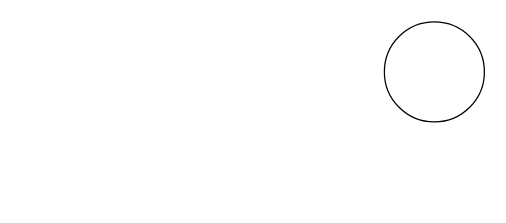
Above: Диаграмма без названия.drawio in Himjune/Attemp (draw.io), before the change. Source tidied: cells renumbered, new cells numbered last; positions are measured from the earlier drawing's top-left corner, leaving out a move shared by most shapes. Both pictures are drawn from the tidied source at 125%, with x=0, y=0 at pixel (384, 21).
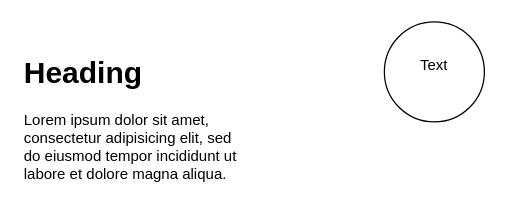
Above is the later version.

Change to the diagram source:
```diff
@@
 <mxGraphModel>
   <root>
     <mxCell id="0" />
     <mxCell id="1" parent="0" />
     <mxCell id="2" style="ellipse;whiteSpace=wrap;html=1;" parent="1" vertex="1">
       <mxGeometry width="80" height="80" as="geometry" />
     </mxCell>
+    <mxCell id="3" value="Text" style="text;html=1;align=center;verticalAlign=middle;whiteSpace=wrap;rounded=0;" parent="1" vertex="1">
+      <mxGeometry x="10" y="20" width="60" height="30" as="geometry" />
+    </mxCell>
+    <mxCell id="4" value="&lt;h1 style=&quot;margin-top: 0px;&quot;&gt;Heading&lt;/h1&gt;&lt;p&gt;Lorem ipsum dolor sit amet, consectetur adipisicing elit, sed do eiusmod tempor incididunt ut labore et dolore magna aliqua.&lt;/p&gt;" style="text;html=1;whiteSpace=wrap;overflow=hidden;rounded=0;" parent="1" vertex="1">
+      <mxGeometry x="-290" y="20" width="180" height="120" as="geometry" />
+    </mxCell>
   </root>
 </mxGraphModel>
```
